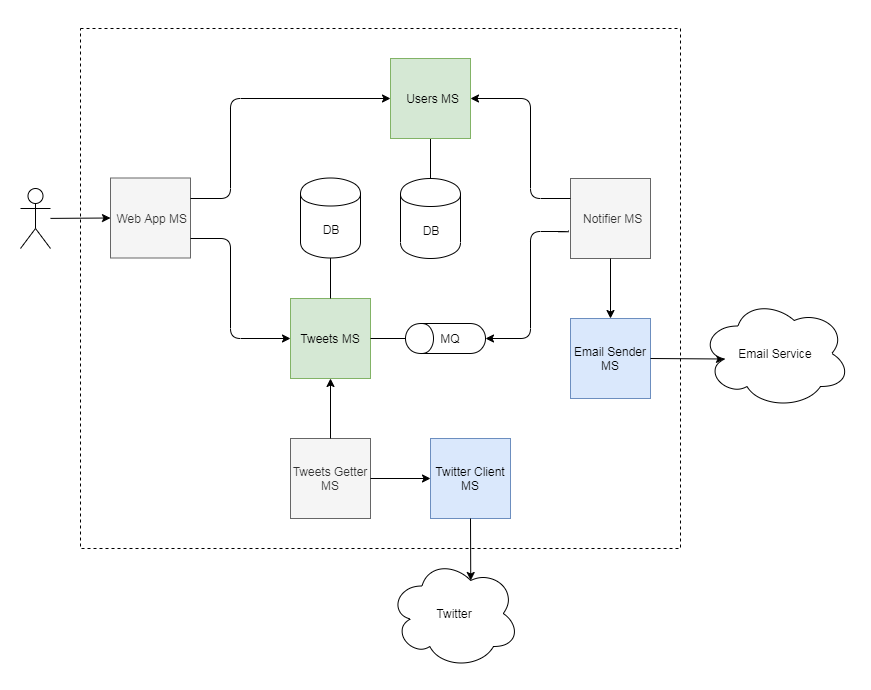
Before: architecture.png, a diagram exported from draw.io (aliskhakov/twisub). Source tidied: cells renumbered, new cells last; positions are measured from the earlier drawing's top-left corner, leaving out a move shared by most shapes.
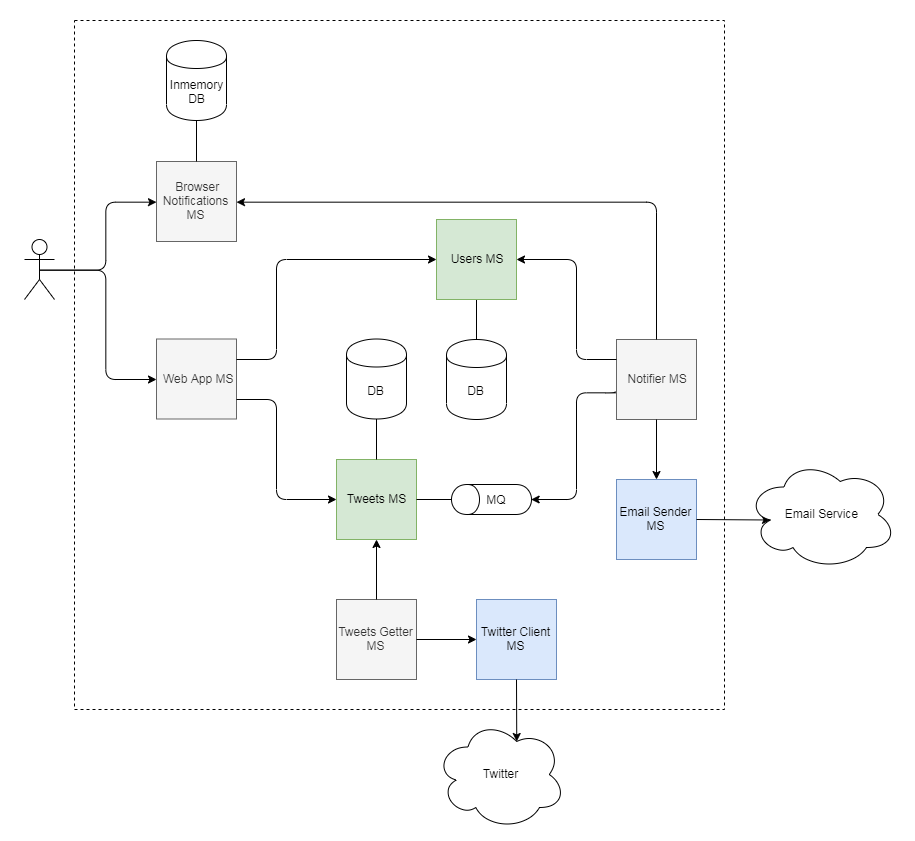
Above is the later version.

Commit message:
Add information about notifications ms to readme.

Change to the diagram source:
```diff
@@ -3,10 +3,10 @@
     <mxCell id="0" />
     <mxCell id="1" parent="0" />
     <mxCell id="2" style="rounded=0;whiteSpace=wrap;html=1;strokeColor=none;" parent="1" vertex="1">
-      <mxGeometry width="870" height="689" as="geometry" />
+      <mxGeometry x="-46" y="-161" width="914" height="840" as="geometry" />
     </mxCell>
     <mxCell id="3" style="rounded=0;whiteSpace=wrap;html=1;fillColor=none;dashed=1;" parent="1" vertex="1">
-      <mxGeometry x="80" y="28" width="600" height="520" as="geometry" />
+      <mxGeometry x="28" y="-141" width="650" height="689" as="geometry" />
     </mxCell>
     <mxCell id="4" value="&amp;nbsp;Web App MS" style="whiteSpace=wrap;html=1;fillColor=#f5f5f5;strokeColor=#666666;fontColor=#333333;" parent="1" vertex="1">
       <mxGeometry x="110" y="177.5" width="80" height="80" as="geometry" />
@@ -40,11 +40,8 @@
     <mxCell id="12" style="endArrow=classic;html=1;entryX=0.625;entryY=0.2;entryDx=0;entryDy=0;entryPerimeter=0;exitX=0.5;exitY=1;exitDx=0;exitDy=0;" parent="1" edge="1" source="6" target="11">
       <mxGeometry relative="1" as="geometry" />
     </mxCell>
-    <mxCell id="13" style="rounded=0;jettySize=auto;html=1;entryX=0;entryY=0.5;entryDx=0;entryDy=0;" parent="1" edge="1" source="14" target="4">
-      <mxGeometry relative="1" as="geometry" />
-    </mxCell>
     <mxCell id="14" style="shape=umlActor;verticalLabelPosition=bottom;labelBackgroundColor=#ffffff;verticalAlign=top;html=1;outlineConnect=0;strokeColor=#000000;" parent="1" vertex="1">
-      <mxGeometry x="20" y="188" width="30" height="60" as="geometry" />
+      <mxGeometry x="-22" y="78" width="30" height="60" as="geometry" />
     </mxCell>
     <mxCell id="15" value="DB" style="shape=cylinder;whiteSpace=wrap;html=1;boundedLbl=1;backgroundOutline=1;" parent="1" vertex="1">
       <mxGeometry x="300" y="177.5" width="60" height="80" as="geometry" />
@@ -109,5 +106,23 @@
     <mxCell id="30" value="MQ" style="text;html=1;strokeColor=none;fillColor=none;align=center;verticalAlign=middle;whiteSpace=wrap;rounded=0;" parent="1" vertex="1">
       <mxGeometry x="430" y="328" width="40" height="20" as="geometry" />
     </mxCell>
+    <mxCell id="31" value="&amp;nbsp;Browser Notifications MS" style="whiteSpace=wrap;html=1;fillColor=#f5f5f5;strokeColor=#666666;fontColor=#333333;" parent="1" vertex="1">
+      <mxGeometry x="110" width="80" height="80" as="geometry" />
+    </mxCell>
+    <mxCell id="32" style="endArrow=classic;html=1;entryX=1;entryY=0.5;entryDx=0;entryDy=0;exitX=0.5;exitY=0;exitDx=0;exitDy=0;edgeStyle=orthogonalEdgeStyle;" parent="1" edge="1" source="21" target="31">
+      <mxGeometry relative="1" as="geometry" />
+    </mxCell>
+    <mxCell id="33" style="endArrow=classic;html=1;entryX=0;entryY=0.5;entryDx=0;entryDy=0;exitX=0.5;exitY=0.5;exitDx=0;exitDy=0;exitPerimeter=0;edgeStyle=orthogonalEdgeStyle;" parent="1" edge="1" source="14" target="31">
+      <mxGeometry relative="1" as="geometry" />
+    </mxCell>
+    <mxCell id="13" style="endArrow=classic;html=1;entryX=0;entryY=0.5;entryDx=0;entryDy=0;exitX=0.5;exitY=0.5;exitDx=0;exitDy=0;exitPerimeter=0;edgeStyle=orthogonalEdgeStyle;" parent="1" edge="1" source="14" target="4">
+      <mxGeometry relative="1" as="geometry" />
+    </mxCell>
+    <mxCell id="34" value="Inmemory&lt;br&gt;DB" style="shape=cylinder;whiteSpace=wrap;html=1;boundedLbl=1;backgroundOutline=1;" parent="1" vertex="1">
+      <mxGeometry x="120" y="-121" width="60" height="80" as="geometry" />
+    </mxCell>
+    <mxCell id="35" style="endArrow=none;html=1;entryX=0.5;entryY=1;entryDx=0;entryDy=0;" parent="1" edge="1" source="31" target="34">
+      <mxGeometry relative="1" as="geometry" />
+    </mxCell>
   </root>
 </mxGraphModel>
```
